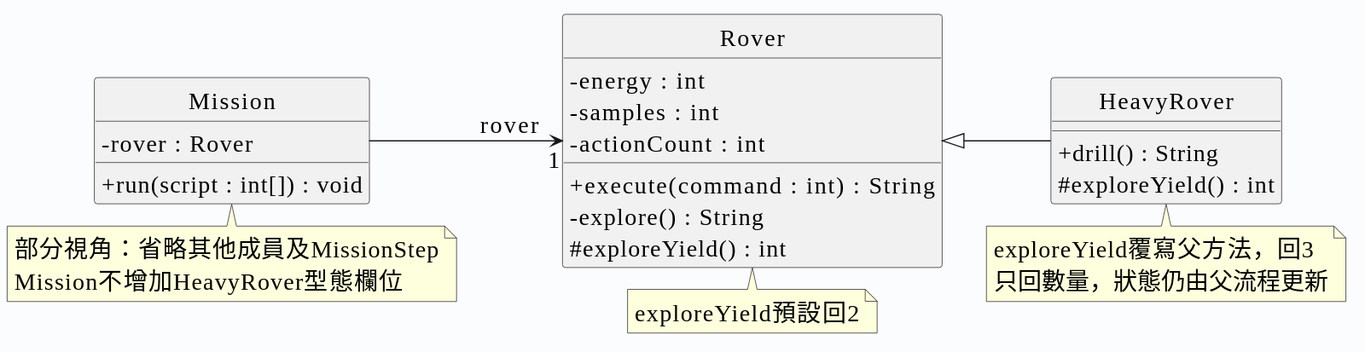
shuochenghu/115_1_Java_Tutorial keeps this PlantUML diagram as week08/codex版本/diagrams/dispatch_reference.svg. Above is the earlier version. Its diagram source:
```plantuml
@startuml
!pragma layout smetana
skinparam classAttributeIconSize 0
skinparam defaultFontName Microsoft JhengHei
skinparam defaultFontSize 20
skinparam backgroundColor #FBFCFE
hide circle
left to right direction

class Rover {
  - energy : int
  - samples : int
  - actionCount : int
  + execute(command : int) : String
  - explore() : String
  # exploreYield() : int
}
class HeavyRover {
  + drill() : String
  # exploreYield() : int
}
class Mission {
  - rover : Rover
  + run(script : int[]) : void
}
Rover <|-- HeavyRover
Mission --> "1" Rover : rover
note bottom of HeavyRover
exploreYield覆寫父方法，回3
只回數量，狀態仍由父流程更新
end note
note bottom of Rover : exploreYield預設回2
note bottom of Mission
部分視角：省略其他成員及MissionStep
Mission不增加HeavyRover型態欄位
end note
@enduml
```
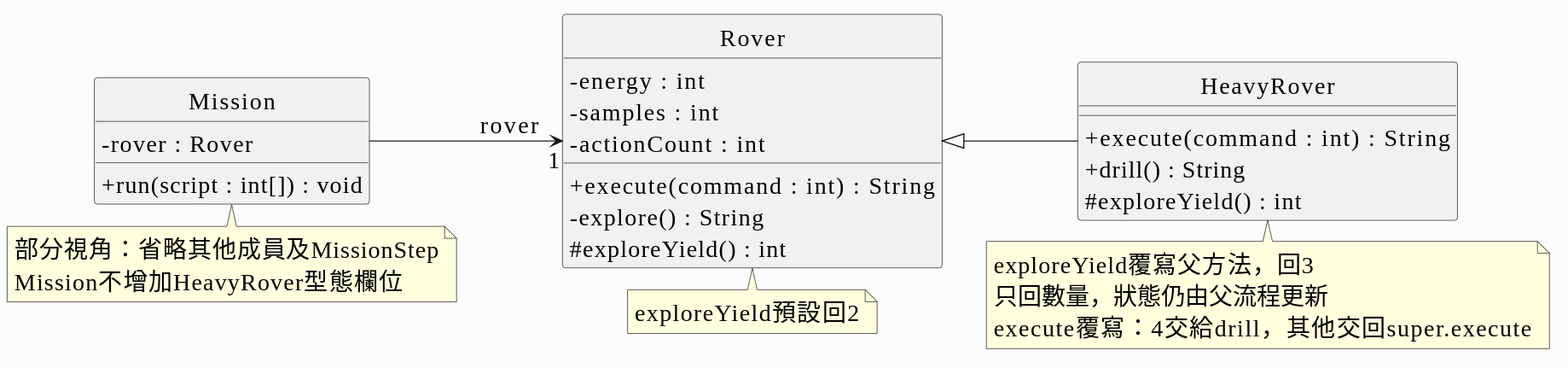
The same diagram one commit later.

Change to the diagram source:
```diff
@@ -16,6 +16,7 @@
   # exploreYield() : int
 }
 class HeavyRover {
+  + execute(command : int) : String
   + drill() : String
   # exploreYield() : int
 }
@@ -28,6 +29,7 @@
 note bottom of HeavyRover
 exploreYield覆寫父方法，回3
 只回數量，狀態仍由父流程更新
+execute覆寫：4交給drill，其他交回super.execute
 end note
 note bottom of Rover : exploreYield預設回2
 note bottom of Mission
```
